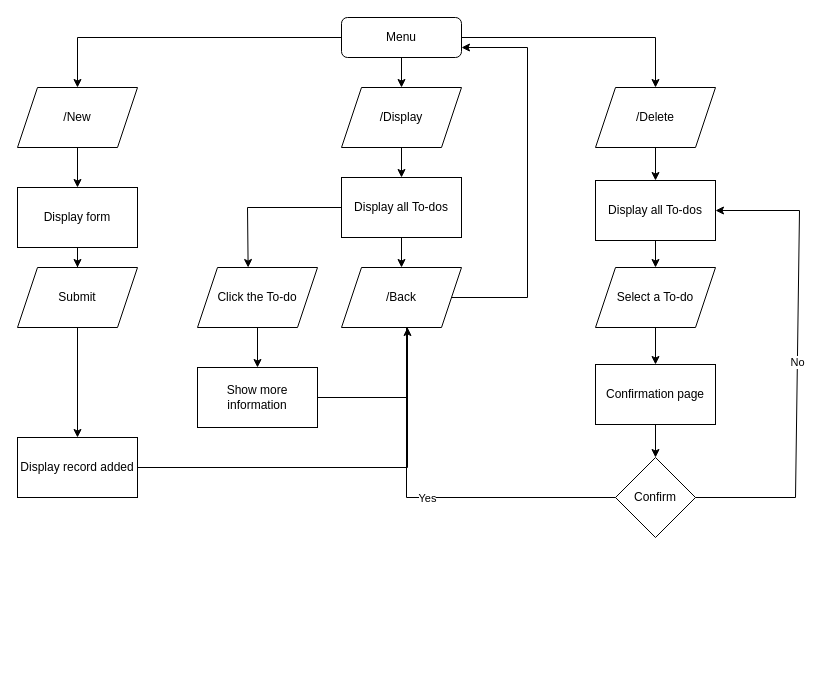
lly02/TeleRemember keeps this draw.io diagram as Diagrams/teleRememberFlow.drawio. Above is the earlier version. Source tidied: cells renumbered, new cells numbered last; positions are measured from the earlier drawing's top-left corner, leaving out a move shared by most shapes. Both pictures are drawn from the tidied source at 100%, with x=0, y=0 at pixel (17, 17).
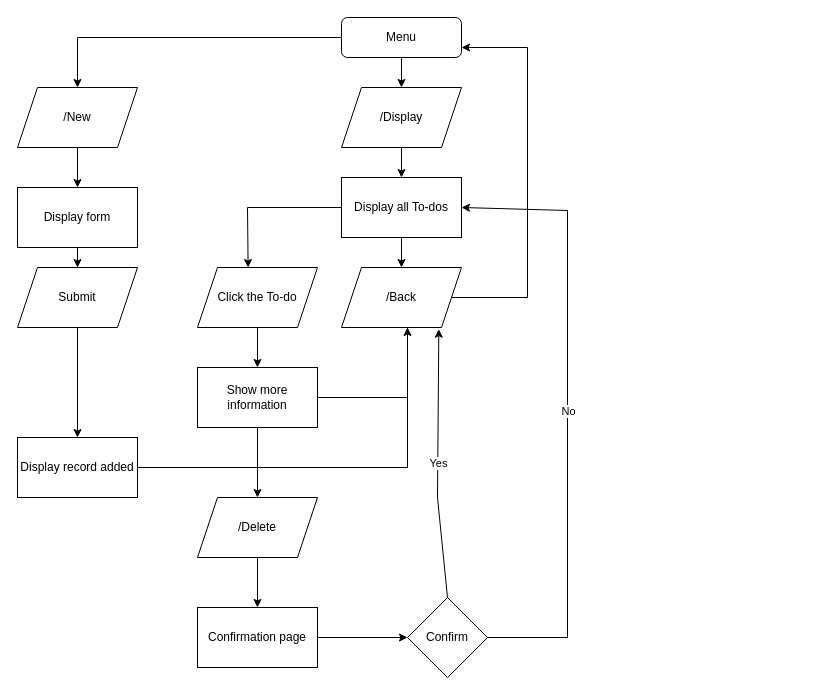
The same page after the edit.

The change refers to these unchanged cells:
```xml
<mxCell id="5" value="Menu" style="rounded=1;whiteSpace=wrap;html=1;fontSize=12;glass=0;strokeWidth=1;shadow=0;" parent="1" vertex="1">
  <mxGeometry x="324" width="120" height="40" as="geometry" />
</mxCell>
<mxCell id="9" value="Display all To-dos" style="rounded=0;whiteSpace=wrap;html=1;" parent="1" vertex="1">
  <mxGeometry x="324" y="160" width="120" height="60" as="geometry" />
</mxCell>
<mxCell id="10" value="/Back" style="shape=parallelogram;perimeter=parallelogramPerimeter;whiteSpace=wrap;html=1;fixedSize=1;rounded=0;" parent="1" vertex="1">
  <mxGeometry x="324" y="250" width="120" height="60" as="geometry" />
</mxCell>
<mxCell id="19" value="Show more information" style="whiteSpace=wrap;html=1;" parent="1" vertex="1">
  <mxGeometry x="180" y="350" width="120" height="60" as="geometry" />
</mxCell>
```

The edit, as a diff of the source:
```diff
@@
-    <mxCell id="4" style="edgeStyle=orthogonalEdgeStyle;rounded=0;jettySize=auto;html=1;" parent="1" edge="1" source="5" target="29">
-      <mxGeometry relative="1" as="geometry" />
-    </mxCell>
@@
+    <mxCell id="41" style="edgeStyle=orthogonalEdgeStyle;rounded=0;jettySize=auto;html=1;" parent="1" edge="1" source="19" target="29">
+      <mxGeometry relative="1" as="geometry" />
+    </mxCell>
@@
-    <mxCell id="28" style="edgeStyle=orthogonalEdgeStyle;rounded=0;jettySize=auto;html=1;" parent="1" edge="1" source="29" target="31">
-      <mxGeometry relative="1" as="geometry" />
-    </mxCell>
+    <mxCell id="42" style="edgeStyle=orthogonalEdgeStyle;rounded=0;jettySize=auto;html=1;entryX=0.5;entryY=0;entryDx=0;entryDy=0;" parent="1" edge="1" source="29" target="35">
+      <mxGeometry relative="1" as="geometry" />
+    </mxCell>
     <mxCell id="29" value="/Delete" style="shape=parallelogram;perimeter=parallelogramPerimeter;whiteSpace=wrap;html=1;fixedSize=1;" parent="1" vertex="1">
-      <mxGeometry x="578" y="70" width="120" height="60" as="geometry" />
+      <mxGeometry x="180" y="480" width="120" height="60" as="geometry" />
     </mxCell>
-    <mxCell id="30" style="edgeStyle=orthogonalEdgeStyle;rounded=0;jettySize=auto;html=1;" parent="1" edge="1" source="31" target="33">
-      <mxGeometry relative="1" as="geometry" />
-    </mxCell>
-    <mxCell id="31" value="Display all To-dos" style="whiteSpace=wrap;html=1;" parent="1" vertex="1">
-      <mxGeometry x="578" y="163" width="120" height="60" as="geometry" />
-    </mxCell>
-    <mxCell id="32" style="edgeStyle=orthogonalEdgeStyle;rounded=0;jettySize=auto;html=1;" parent="1" edge="1" source="33" target="35">
-      <mxGeometry relative="1" as="geometry" />
-    </mxCell>
-    <mxCell id="33" value="Select a To-do" style="shape=parallelogram;perimeter=parallelogramPerimeter;whiteSpace=wrap;html=1;fixedSize=1;" parent="1" vertex="1">
-      <mxGeometry x="578" y="250" width="120" height="60" as="geometry" />
-    </mxCell>
@@
     <mxCell id="35" value="Confirmation page" style="whiteSpace=wrap;html=1;" parent="1" vertex="1">
-      <mxGeometry x="578" y="347" width="120" height="60" as="geometry" />
+      <mxGeometry x="180" y="590" width="120" height="60" as="geometry" />
     </mxCell>
     <mxCell id="36" value="Confirm" style="rhombus;whiteSpace=wrap;html=1;" parent="1" vertex="1">
-      <mxGeometry x="598" y="440" width="80" height="80" as="geometry" />
+      <mxGeometry x="390" y="580" width="80" height="80" as="geometry" />
     </mxCell>
-    <mxCell id="37" style="endArrow=none;html=1;rounded=0;entryX=0;entryY=0.5;entryDx=0;entryDy=0;endFill=0;" parent="1" edge="1" target="36">
+    <mxCell id="37" style="endArrow=none;html=1;rounded=0;entryX=0.5;entryY=0;entryDx=0;entryDy=0;endFill=0;exitX=0.811;exitY=1.028;exitDx=0;exitDy=0;exitPerimeter=0;startArrow=classic;startFill=1;" parent="1" edge="1" source="10" target="36">
       <mxGeometry relative="1" as="geometry">
-        <mxPoint x="389" y="310" as="sourcePoint" />
         <Array as="points">
-          <mxPoint x="389" y="480" />
+          <mxPoint x="420" y="480" />
         </Array>
       </mxGeometry>
     </mxCell>
@@
-    <mxCell id="39" style="endArrow=classic;html=1;rounded=0;exitX=1;exitY=0.5;exitDx=0;exitDy=0;entryX=1;entryY=0.5;entryDx=0;entryDy=0;" parent="1" edge="1" source="36" target="31">
+    <mxCell id="39" style="endArrow=classic;html=1;rounded=0;exitX=1;exitY=0.5;exitDx=0;exitDy=0;entryX=1;entryY=0.5;entryDx=0;entryDy=0;" parent="1" edge="1" source="36" target="9">
       <mxGeometry relative="1" as="geometry">
         <Array as="points">
-          <mxPoint x="778" y="480" />
-          <mxPoint x="782" y="193" />
+          <mxPoint x="550" y="620" />
+          <mxPoint x="550" y="193" />
         </Array>
       </mxGeometry>
     </mxCell>
```
